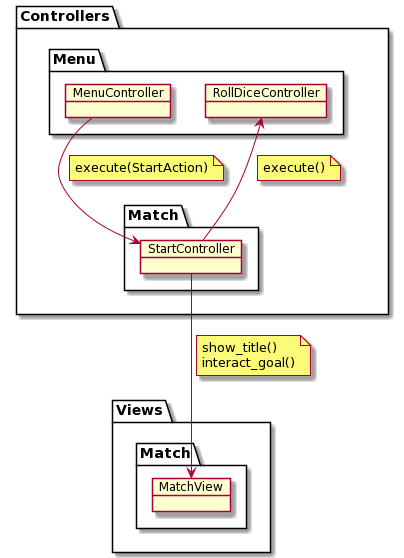
Earlier version of the PlantUML export rup/analysis/use_cases/start.png (USantaTecla-game-backgammon/backgammon).
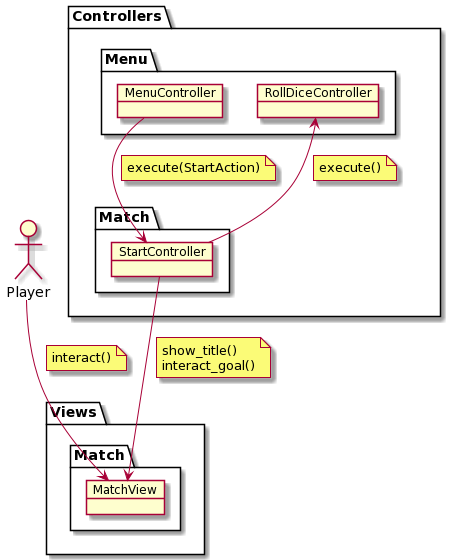
The same diagram one commit later.

What changed in the source:
```diff
@@ -1,4 +1,8 @@
 @startuml
+allow_mixing
+
+actor Player
+
 package Views {
     package Match3 as "Match"{
         object MatchView
@@ -31,4 +35,9 @@
     show_title()
     interact_goal()
 end note
+
+Player --> MatchView
+note on link
+    interact()
+end note
 @enduml
```
